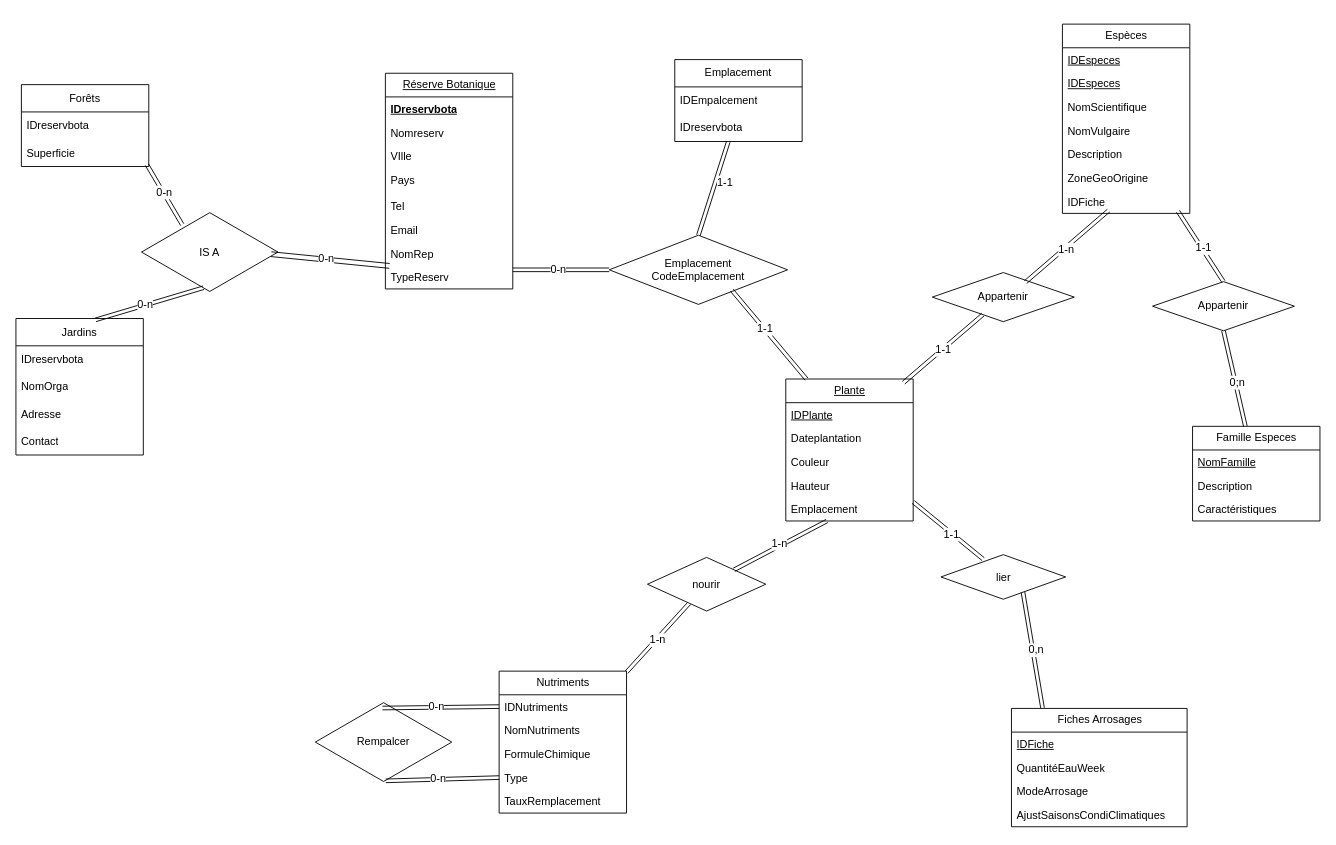
This is SAE3/Untitled Diagram.drawio from korasrar/Work, a draw.io file, before an edit. Source tidied: cells renumbered, new cells numbered last; positions are measured from the earlier drawing's top-left corner, leaving out a move shared by most shapes. Both pictures are drawn from the tidied source at 91%, with x=0, y=0 at pixel (15, 24).
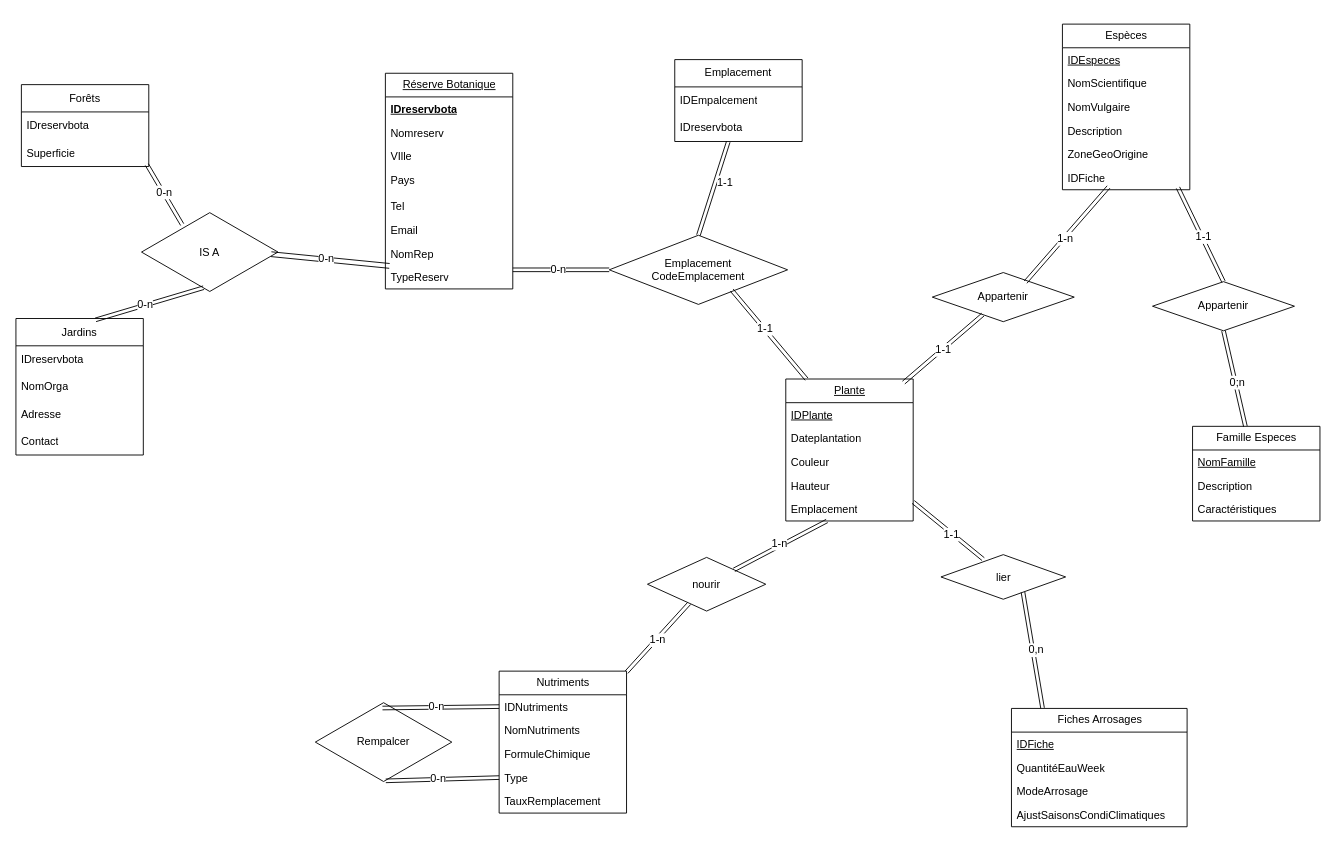
Above is the later version.

Commit message:
Mettre à jour Untitled Diagram.drawio

Diff of the diagram source:
```diff
@@
     <mxCell id="17" value="Espèces" style="swimlane;fontStyle=0;horizontal=1;startSize=26;fillColor=none;html=1;" parent="1" vertex="1">
-      <mxGeometry x="1150" width="140" height="208" as="geometry" />
+      <mxGeometry x="1150" width="140" height="182" as="geometry" />
     </mxCell>
@@
-    <mxCell id="19" value="&lt;u&gt;IDEspeces&lt;/u&gt;" style="text;strokeColor=none;fillColor=none;align=left;verticalAlign=top;spacingLeft=4;spacingRight=4;overflow=hidden;whiteSpace=wrap;html=1;" parent="17" vertex="1">
-      <mxGeometry y="52" width="140" height="26" as="geometry" />
-    </mxCell>
     <mxCell id="20" value="NomScientifique" style="text;strokeColor=none;fillColor=none;align=left;verticalAlign=top;spacingLeft=4;spacingRight=4;overflow=hidden;whiteSpace=wrap;html=1;" parent="17" vertex="1">
-      <mxGeometry y="78" width="140" height="26" as="geometry" />
+      <mxGeometry y="52" width="140" height="26" as="geometry" />
     </mxCell>
     <mxCell id="21" value="NomVulgaire" style="text;strokeColor=none;fillColor=none;align=left;verticalAlign=top;spacingLeft=4;spacingRight=4;overflow=hidden;whiteSpace=wrap;html=1;" parent="17" vertex="1">
-      <mxGeometry y="104" width="140" height="26" as="geometry" />
+      <mxGeometry y="78" width="140" height="26" as="geometry" />
     </mxCell>
     <mxCell id="22" value="Description" style="text;strokeColor=none;fillColor=none;align=left;verticalAlign=top;spacingLeft=4;spacingRight=4;overflow=hidden;whiteSpace=wrap;html=1;" parent="17" vertex="1">
-      <mxGeometry y="130" width="140" height="26" as="geometry" />
+      <mxGeometry y="104" width="140" height="26" as="geometry" />
     </mxCell>
     <mxCell id="23" value="ZoneGeoOrigine" style="text;strokeColor=none;fillColor=none;align=left;verticalAlign=top;spacingLeft=4;spacingRight=4;overflow=hidden;whiteSpace=wrap;html=1;" parent="17" vertex="1">
-      <mxGeometry y="156" width="140" height="26" as="geometry" />
+      <mxGeometry y="130" width="140" height="26" as="geometry" />
     </mxCell>
     <mxCell id="24" value="IDFiche" style="text;strokeColor=none;fillColor=none;align=left;verticalAlign=top;spacingLeft=4;spacingRight=4;overflow=hidden;points=[[0,0.5],[1,0.5]];portConstraint=eastwest;whiteSpace=wrap;html=1;" parent="17" vertex="1">
-      <mxGeometry y="182" width="140" height="26" as="geometry" />
+      <mxGeometry y="156" width="140" height="26" as="geometry" />
     </mxCell>
```
